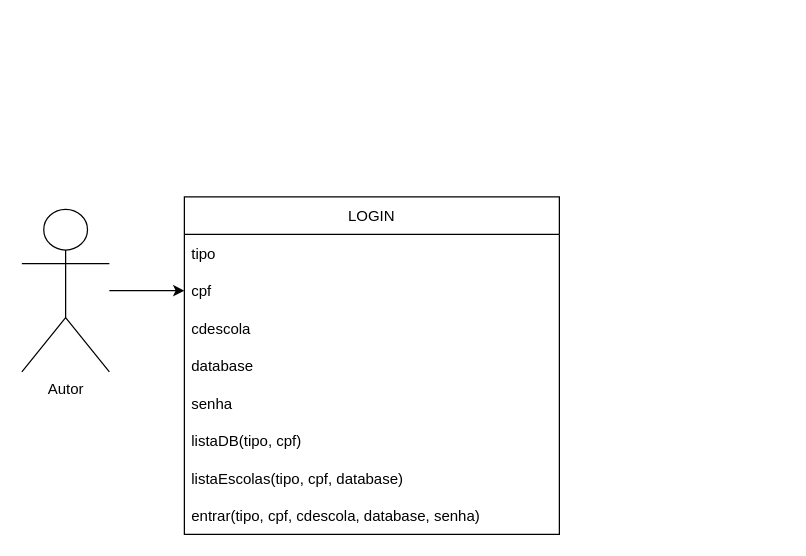
Before: Untitled Diagram.drawio in Werisu/Werisu, a draw.io diagram. Source tidied: cells renumbered, new cells numbered last; positions are measured from the earlier drawing's top-left corner, leaving out a move shared by most shapes. Both pictures are drawn from the tidied source at 125%, with x=0, y=0 at pixel (21, 196).
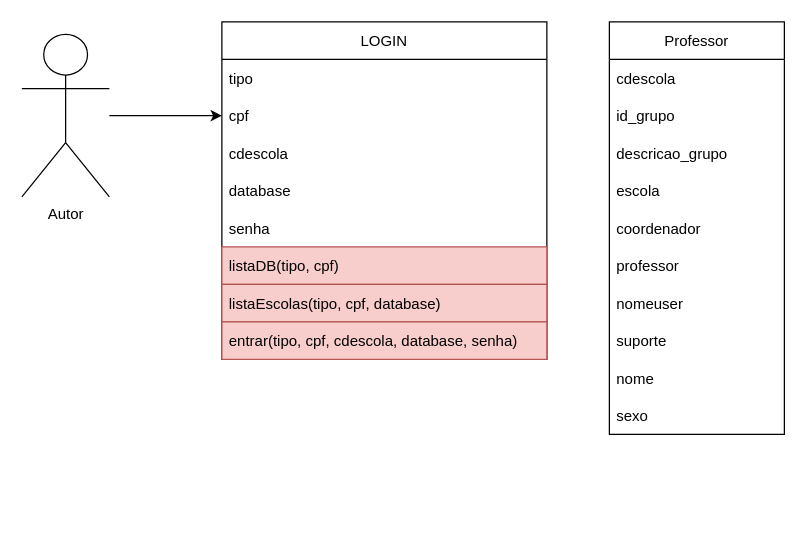
The same diagram, later.

What changed in the source:
```diff
@@
     <mxCell id="3" value="Autor" style="shape=umlActor;verticalLabelPosition=bottom;verticalAlign=top;html=1;outlineConnect=0;" parent="1" vertex="1">
-      <mxGeometry y="10" width="70" height="130" as="geometry" />
+      <mxGeometry y="-130" width="70" height="130" as="geometry" />
     </mxCell>
     <mxCell id="4" value="LOGIN" style="swimlane;fontStyle=0;horizontal=1;startSize=30;" parent="1" vertex="1">
-      <mxGeometry x="130" width="300" height="270" as="geometry" />
+      <mxGeometry x="160" y="-140" width="260" height="270" as="geometry" />
     </mxCell>
     <mxCell id="5" value="tipo " style="text;strokeColor=none;fillColor=none;align=left;verticalAlign=middle;spacingLeft=4;spacingRight=4;overflow=hidden;" parent="4" vertex="1">
-      <mxGeometry y="30" width="300" height="30" as="geometry" />
+      <mxGeometry y="30" width="260" height="30" as="geometry" />
     </mxCell>
     <mxCell id="6" value="cpf" style="text;strokeColor=none;fillColor=none;align=left;verticalAlign=middle;spacingLeft=4;spacingRight=4;overflow=hidden;points=[[0,0.5],[1,0.5]];portConstraint=eastwest;" parent="4" vertex="1">
-      <mxGeometry y="60" width="300" height="30" as="geometry" />
+      <mxGeometry y="60" width="260" height="30" as="geometry" />
     </mxCell>
     <mxCell id="7" value="cdescola " style="text;strokeColor=none;fillColor=none;align=left;verticalAlign=middle;spacingLeft=4;spacingRight=4;overflow=hidden;" parent="4" vertex="1">
-      <mxGeometry y="90" width="300" height="30" as="geometry" />
+      <mxGeometry y="90" width="260" height="30" as="geometry" />
     </mxCell>
     <mxCell id="8" value="database" style="text;strokeColor=none;fillColor=none;align=left;verticalAlign=middle;spacingLeft=4;spacingRight=4;overflow=hidden;" parent="4" vertex="1">
-      <mxGeometry y="120" width="300" height="30" as="geometry" />
+      <mxGeometry y="120" width="260" height="30" as="geometry" />
     </mxCell>
     <mxCell id="9" value="senha" style="text;strokeColor=none;fillColor=none;align=left;verticalAlign=middle;spacingLeft=4;spacingRight=4;overflow=hidden;" parent="4" vertex="1">
-      <mxGeometry y="150" width="300" height="30" as="geometry" />
+      <mxGeometry y="150" width="260" height="30" as="geometry" />
     </mxCell>
-    <mxCell id="10" value="listaDB(tipo, cpf)" style="text;strokeColor=none;fillColor=none;align=left;verticalAlign=middle;spacingLeft=4;spacingRight=4;overflow=hidden;" parent="4" vertex="1">
-      <mxGeometry y="180" width="300" height="30" as="geometry" />
+    <mxCell id="10" value="listaDB(tipo, cpf)" style="text;strokeColor=#b85450;fillColor=#f8cecc;align=left;verticalAlign=middle;spacingLeft=4;spacingRight=4;overflow=hidden;labelBackgroundColor=none;" parent="4" vertex="1">
+      <mxGeometry y="180" width="260" height="30" as="geometry" />
     </mxCell>
-    <mxCell id="11" value="listaEscolas(tipo, cpf, database)" style="text;strokeColor=none;fillColor=none;align=left;verticalAlign=middle;spacingLeft=4;spacingRight=4;overflow=hidden;" parent="4" vertex="1">
-      <mxGeometry y="210" width="300" height="30" as="geometry" />
+    <mxCell id="11" value="listaEscolas(tipo, cpf, database)" style="text;strokeColor=#b85450;fillColor=#f8cecc;align=left;verticalAlign=middle;spacingLeft=4;spacingRight=4;overflow=hidden;" parent="4" vertex="1">
+      <mxGeometry y="210" width="260" height="30" as="geometry" />
     </mxCell>
-    <mxCell id="12" value="entrar(tipo, cpf, cdescola, database, senha)" style="text;strokeColor=none;fillColor=none;align=left;verticalAlign=middle;spacingLeft=4;spacingRight=4;overflow=hidden;" parent="4" vertex="1">
-      <mxGeometry y="240" width="300" height="30" as="geometry" />
+    <mxCell id="12" value="entrar(tipo, cpf, cdescola, database, senha)" style="text;strokeColor=#b85450;fillColor=#f8cecc;align=left;verticalAlign=middle;spacingLeft=4;spacingRight=4;overflow=hidden;" parent="4" vertex="1">
+      <mxGeometry y="240" width="260" height="30" as="geometry" />
     </mxCell>
+    <mxCell id="13" value="Professor" style="swimlane;fontStyle=0;horizontal=1;startSize=30;labelBackgroundColor=none;labelBorderColor=none;html=0;" parent="1" vertex="1">
+      <mxGeometry x="470" y="-140" width="140" height="330" as="geometry" />
+    </mxCell>
+    <mxCell id="14" value="cdescola" style="text;strokeColor=none;fillColor=none;align=left;verticalAlign=middle;spacingLeft=4;spacingRight=4;overflow=hidden;labelBackgroundColor=none;labelBorderColor=none;html=0;" parent="13" vertex="1">
+      <mxGeometry y="30" width="140" height="30" as="geometry" />
+    </mxCell>
+    <mxCell id="15" value="id_grupo" style="text;strokeColor=none;fillColor=none;align=left;verticalAlign=middle;spacingLeft=4;spacingRight=4;overflow=hidden;labelBackgroundColor=none;labelBorderColor=none;html=0;" parent="13" vertex="1">
+      <mxGeometry y="60" width="140" height="30" as="geometry" />
+    </mxCell>
+    <mxCell id="16" value="descricao_grupo" style="text;strokeColor=none;fillColor=none;align=left;verticalAlign=middle;spacingLeft=4;spacingRight=4;overflow=hidden;labelBackgroundColor=none;labelBorderColor=none;html=0;" parent="13" vertex="1">
+      <mxGeometry y="90" width="140" height="30" as="geometry" />
+    </mxCell>
+    <mxCell id="17" value="escola" style="text;strokeColor=none;fillColor=none;align=left;verticalAlign=middle;spacingLeft=4;spacingRight=4;overflow=hidden;labelBackgroundColor=none;labelBorderColor=none;html=0;" parent="13" vertex="1">
+      <mxGeometry y="120" width="140" height="30" as="geometry" />
+    </mxCell>
+    <mxCell id="18" value="coordenador" style="text;strokeColor=none;fillColor=none;align=left;verticalAlign=middle;spacingLeft=4;spacingRight=4;overflow=hidden;labelBackgroundColor=none;labelBorderColor=none;html=0;" parent="13" vertex="1">
+      <mxGeometry y="150" width="140" height="30" as="geometry" />
+    </mxCell>
+    <mxCell id="19" value="professor" style="text;strokeColor=none;fillColor=none;align=left;verticalAlign=middle;spacingLeft=4;spacingRight=4;overflow=hidden;labelBackgroundColor=none;labelBorderColor=none;html=0;" parent="13" vertex="1">
+      <mxGeometry y="180" width="140" height="30" as="geometry" />
+    </mxCell>
+    <mxCell id="20" value="nomeuser" style="text;strokeColor=none;fillColor=none;align=left;verticalAlign=middle;spacingLeft=4;spacingRight=4;overflow=hidden;labelBackgroundColor=none;labelBorderColor=none;html=0;" parent="13" vertex="1">
+      <mxGeometry y="210" width="140" height="30" as="geometry" />
+    </mxCell>
+    <mxCell id="21" value="suporte" style="text;strokeColor=none;fillColor=none;align=left;verticalAlign=middle;spacingLeft=4;spacingRight=4;overflow=hidden;labelBackgroundColor=none;labelBorderColor=none;html=0;" parent="13" vertex="1">
+      <mxGeometry y="240" width="140" height="30" as="geometry" />
+    </mxCell>
+    <mxCell id="22" value="nome" style="text;strokeColor=none;fillColor=none;align=left;verticalAlign=middle;spacingLeft=4;spacingRight=4;overflow=hidden;labelBackgroundColor=none;labelBorderColor=none;html=0;" parent="13" vertex="1">
+      <mxGeometry y="270" width="140" height="30" as="geometry" />
+    </mxCell>
+    <mxCell id="23" value="sexo" style="text;strokeColor=none;fillColor=none;align=left;verticalAlign=middle;spacingLeft=4;spacingRight=4;overflow=hidden;labelBackgroundColor=none;labelBorderColor=none;html=0;" parent="13" vertex="1">
+      <mxGeometry y="300" width="140" height="30" as="geometry" />
+    </mxCell>
```
